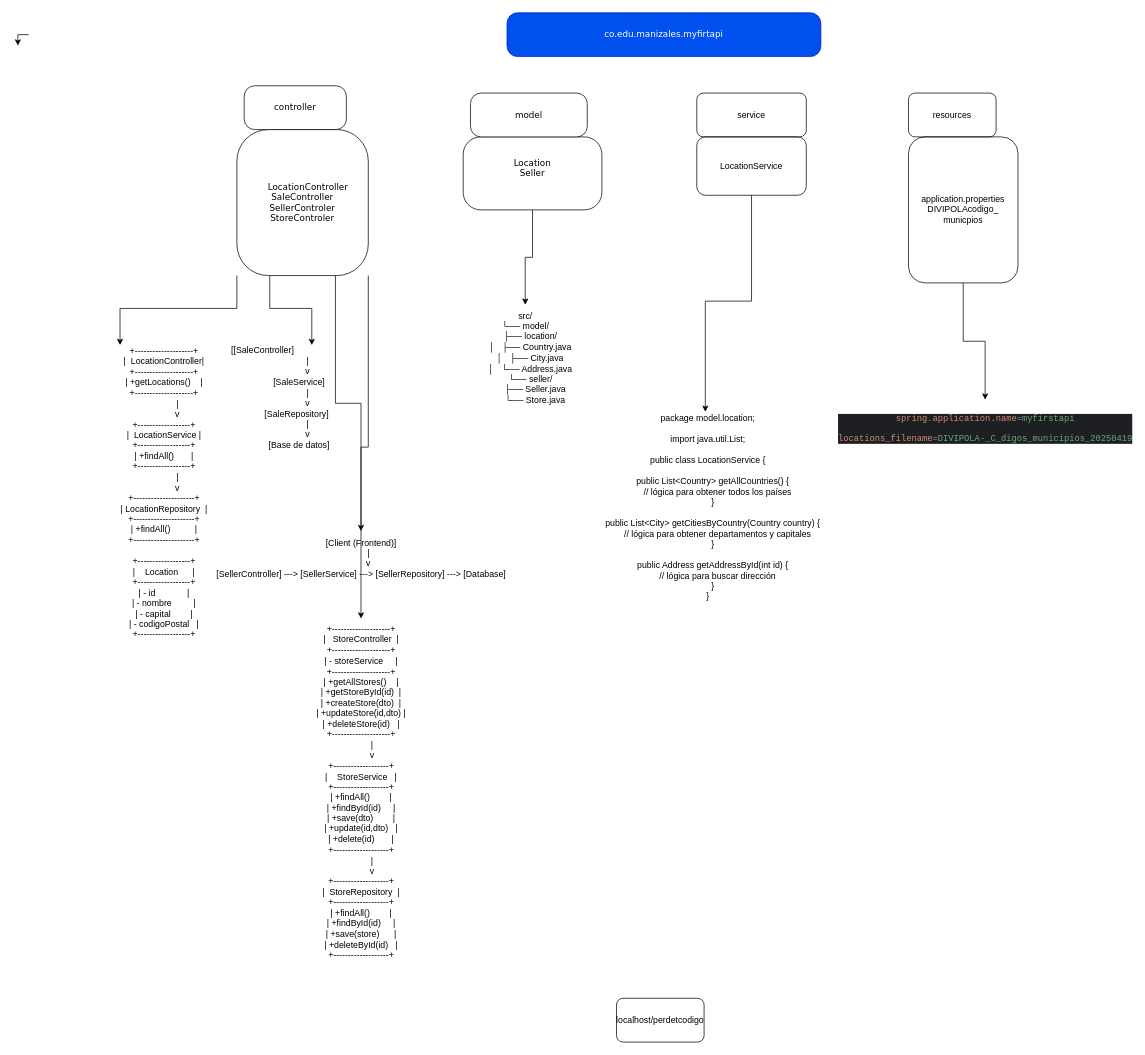
alexa7valan/myfirstapi keeps this draw.io diagram as Diagrama sin título.drawio. Above is the earlier version. Source tidied: cells renumbered, new cells numbered last; positions are measured from the earlier drawing's top-left corner, leaving out a move shared by most shapes. Both pictures are drawn from the tidied source at 73%, with x=0, y=0 at pixel (18, 12).
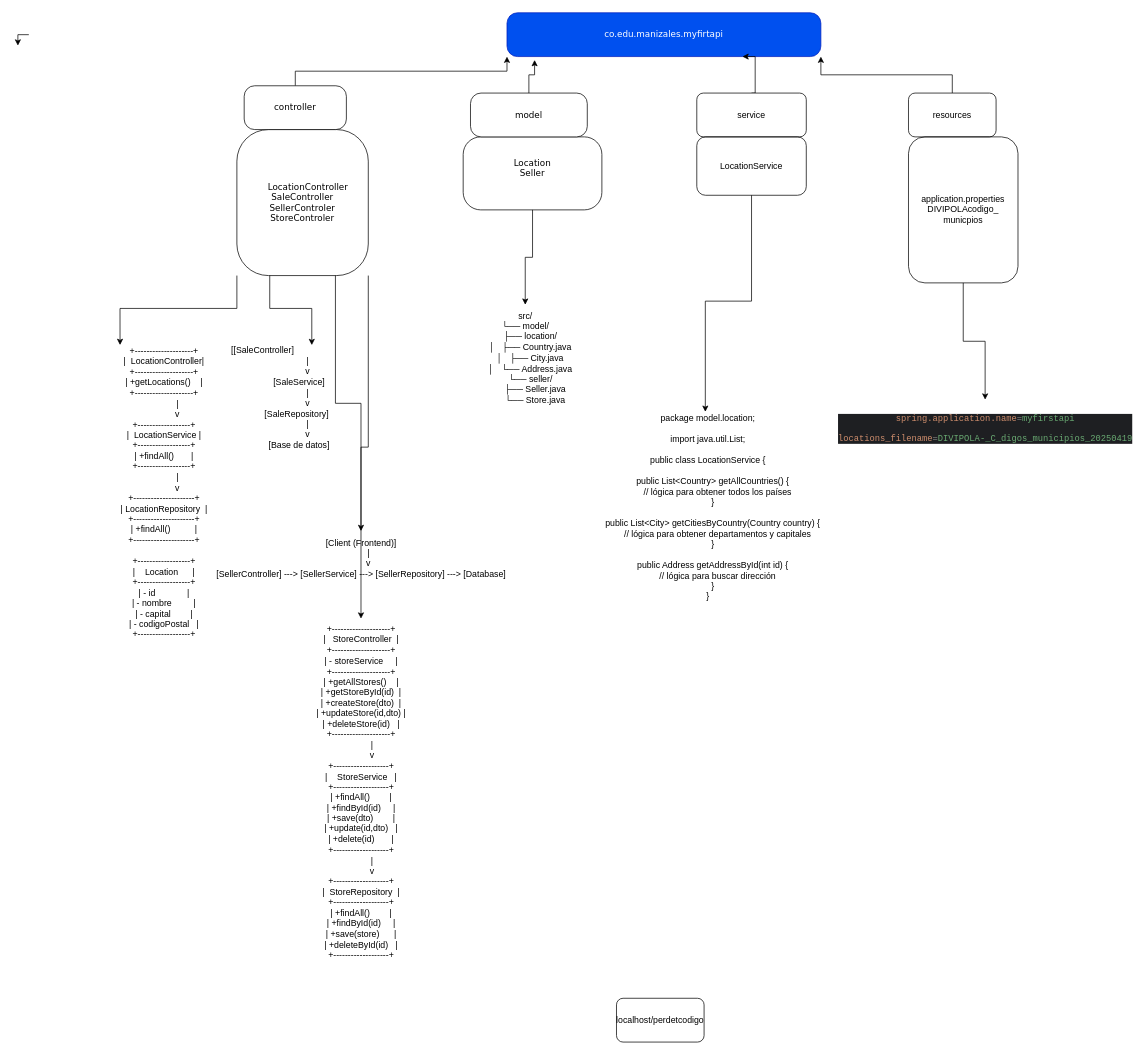
The same diagram, later.

Unchanged cells that the change refers to:
```xml
<mxCell id="5" value="co.edu.manizales.myfirtapi" style="rounded=1;whiteSpace=wrap;html=1;arcSize=24;fillColor=#0050ef;strokeColor=#001DBC;shadow=0;comic=0;labelBackgroundColor=none;fontFamily=Verdana;fontSize=12;fontColor=#ffffff;align=center;" parent="1" vertex="1">
  <mxGeometry x="670" width="430" height="60" as="geometry" />
</mxCell>
<mxCell id="6" value="controller" style="rounded=1;whiteSpace=wrap;html=1;arcSize=24;shadow=0;comic=0;labelBackgroundColor=none;fontFamily=Verdana;fontSize=12;align=center;" parent="1" vertex="1">
  <mxGeometry x="310" y="100" width="140" height="60" as="geometry" />
</mxCell>
<mxCell id="9" value="model" style="rounded=1;whiteSpace=wrap;html=1;arcSize=24;shadow=0;comic=0;labelBackgroundColor=none;fontFamily=Verdana;fontSize=12;align=center;" parent="1" vertex="1">
  <mxGeometry x="620" y="110" width="160" height="60" as="geometry" />
</mxCell>
<mxCell id="11" value="service" style="rounded=1;whiteSpace=wrap;html=1;" parent="1" vertex="1">
  <mxGeometry x="930" y="110" width="150" height="60" as="geometry" />
</mxCell>
<mxCell id="13" value="resources" style="rounded=1;whiteSpace=wrap;html=1;" parent="1" vertex="1">
  <mxGeometry x="1220" y="110" width="120" height="60" as="geometry" />
</mxCell>
```

Diff of the diagram source:
```diff
@@
+    <mxCell id="27" style="edgeStyle=orthogonalEdgeStyle;rounded=0;jettySize=auto;html=1;exitX=0.5;exitY=0;exitDx=0;exitDy=0;entryX=0;entryY=1;entryDx=0;entryDy=0;" parent="1" edge="1" source="6" target="5">
+      <mxGeometry relative="1" as="geometry" />
+    </mxCell>
@@
+    <mxCell id="28" style="edgeStyle=orthogonalEdgeStyle;rounded=0;jettySize=auto;html=1;exitX=0.5;exitY=0;exitDx=0;exitDy=0;entryX=0.75;entryY=1;entryDx=0;entryDy=0;" parent="1" edge="1" source="11" target="5">
+      <mxGeometry relative="1" as="geometry">
+        <Array as="points">
+          <mxPoint x="1010" y="110" />
+          <mxPoint x="1010" y="60" />
+        </Array>
+      </mxGeometry>
+    </mxCell>
@@
+    <mxCell id="29" style="edgeStyle=orthogonalEdgeStyle;rounded=0;jettySize=auto;html=1;exitX=0.5;exitY=0;exitDx=0;exitDy=0;entryX=1;entryY=1;entryDx=0;entryDy=0;" parent="1" edge="1" source="13" target="5">
+      <mxGeometry relative="1" as="geometry" />
+    </mxCell>
@@
+    <mxCell id="30" style="edgeStyle=orthogonalEdgeStyle;rounded=0;jettySize=auto;html=1;exitX=0.5;exitY=0;exitDx=0;exitDy=0;entryX=0.088;entryY=1.078;entryDx=0;entryDy=0;entryPerimeter=0;" parent="1" edge="1" source="9" target="5">
+      <mxGeometry relative="1" as="geometry" />
+    </mxCell>
```
